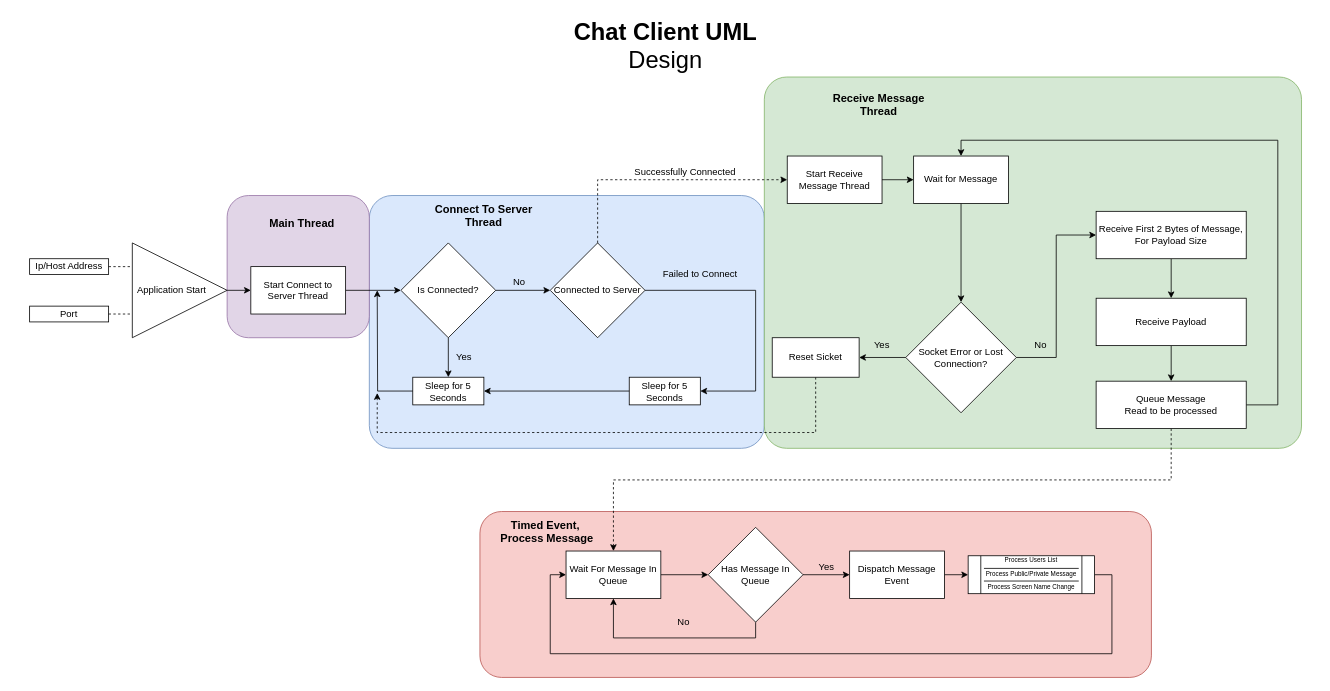
Above: Untitled Diagram.drawio in Ashley-Sands/comp260-worksheet-1 (draw.io), before the change. Source tidied: cells renumbered, new cells numbered last; positions are measured from the earlier drawing's top-left corner, leaving out a move shared by most shapes. Both pictures are drawn from the tidied source at 79%, with x=0, y=0 at pixel (13, 13).
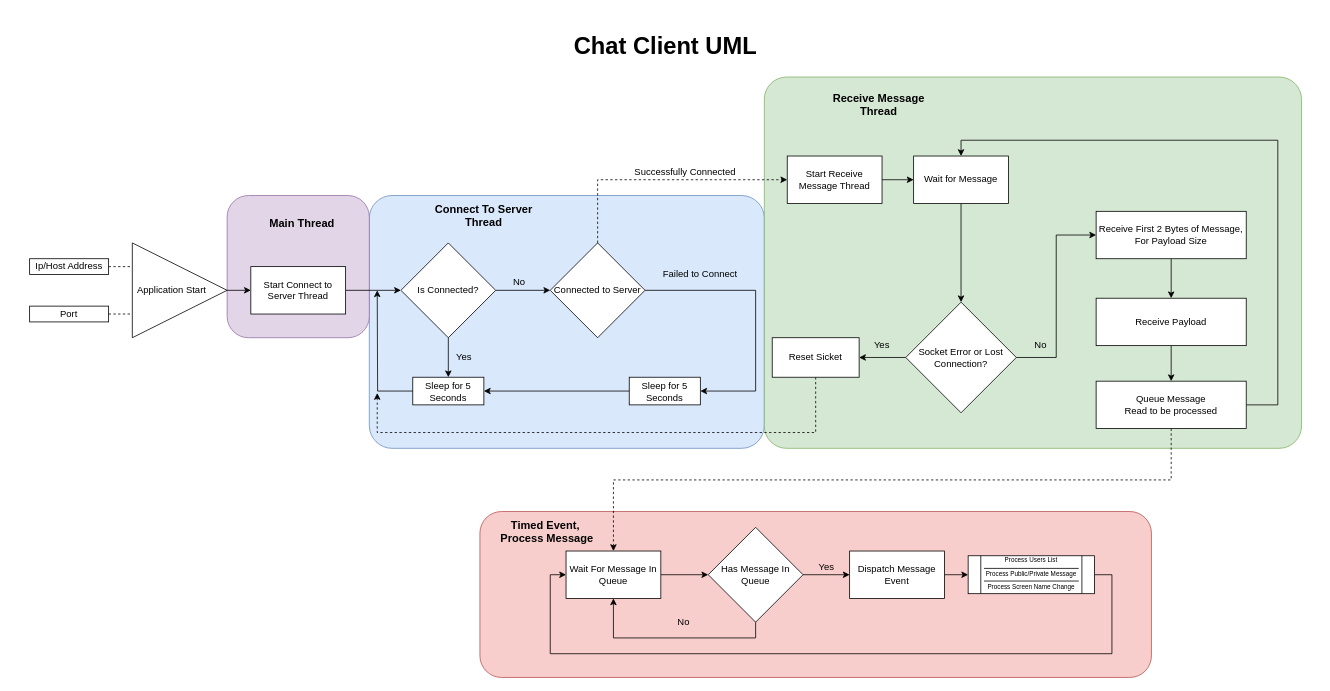
Above is the later version.

Diff of the diagram source:
```diff
@@
-    <mxCell id="74" value="&lt;span style=&quot;font-size: 30px&quot;&gt;&lt;b&gt;Chat Client UML&lt;/b&gt;&lt;br&gt;Design&lt;br&gt;&lt;/span&gt;" style="text;html=1;strokeColor=none;fillColor=none;align=center;verticalAlign=middle;whiteSpace=wrap;rounded=0;shadow=0;glass=0;comic=0;startSize=28;" parent="10" vertex="1">
+    <mxCell id="74" value="&lt;span style=&quot;font-size: 30px&quot;&gt;&lt;b&gt;Chat Client UML&lt;/b&gt;&lt;br&gt;&lt;/span&gt;" style="text;html=1;strokeColor=none;fillColor=none;align=center;verticalAlign=middle;whiteSpace=wrap;rounded=0;shadow=0;glass=0;comic=0;startSize=28;" parent="10" vertex="1">
       <mxGeometry width="1650" height="80" as="geometry" />
     </mxCell>
```
